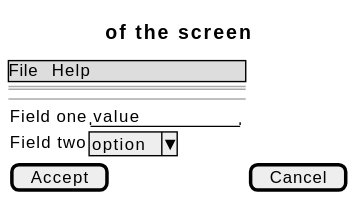
Above: docs/01-requirements/use-cases/buildPlugin/wireframes.svg in didactika/kampus (PlantUML), before the change.
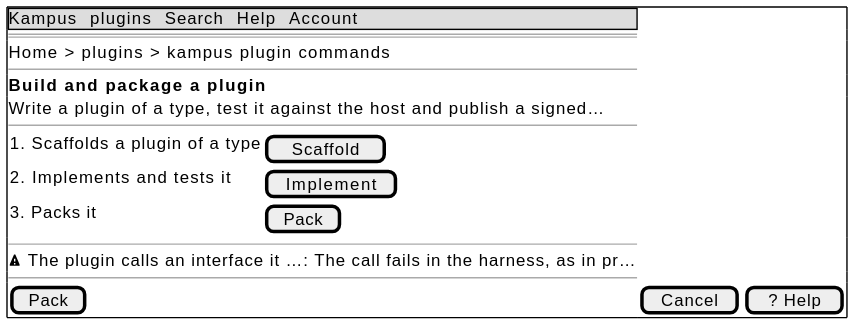
The same diagram one commit later.

Change to the diagram source:
```diff
@@ -1,13 +1,20 @@
 @startsalt
-{
-  {* File | Help }
+{+
+  {* Kampus | plugins | Search | Help | Account }
   ==
-  Title of the screen
+  Home > plugins > kampus plugin commands
+  --
+  <b>Build and package a plugin
+  Write a plugin of a type, test it against the host and publish a signed…
   --
   {
-    Field one | "value        "
-    Field two | ^option^
+    1. Scaffolds a plugin of a type | [ Scaffold ]
+    2. Implements and tests it | [ Implement ]
+    3. Packs it | [ Pack ]
   }
-  [ Accept ] | [ Cancel ]
+  --
+  <&warning> The plugin calls an interface it …: The call fails in the harness, as in pr…
+  --
+  [ Pack ] | [ Cancel ] | [ ? Help ]
 }
 @endsalt
```
